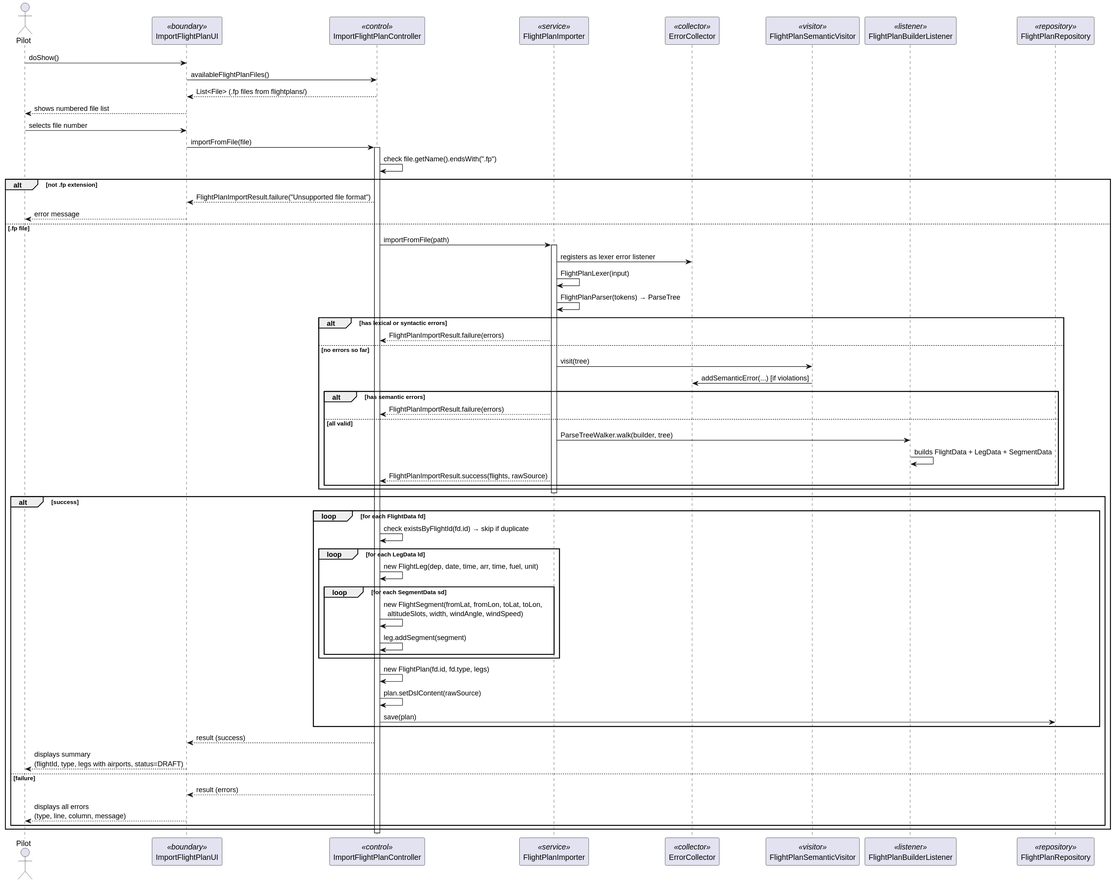
This is docs/Sprint 3/EAPLI/US081/svg/US081-sequence-diagram.svg from DuartePinto1240/sem4pi2526-sem4pi2526_2da2, a PlantUML export, as it was before one commit.
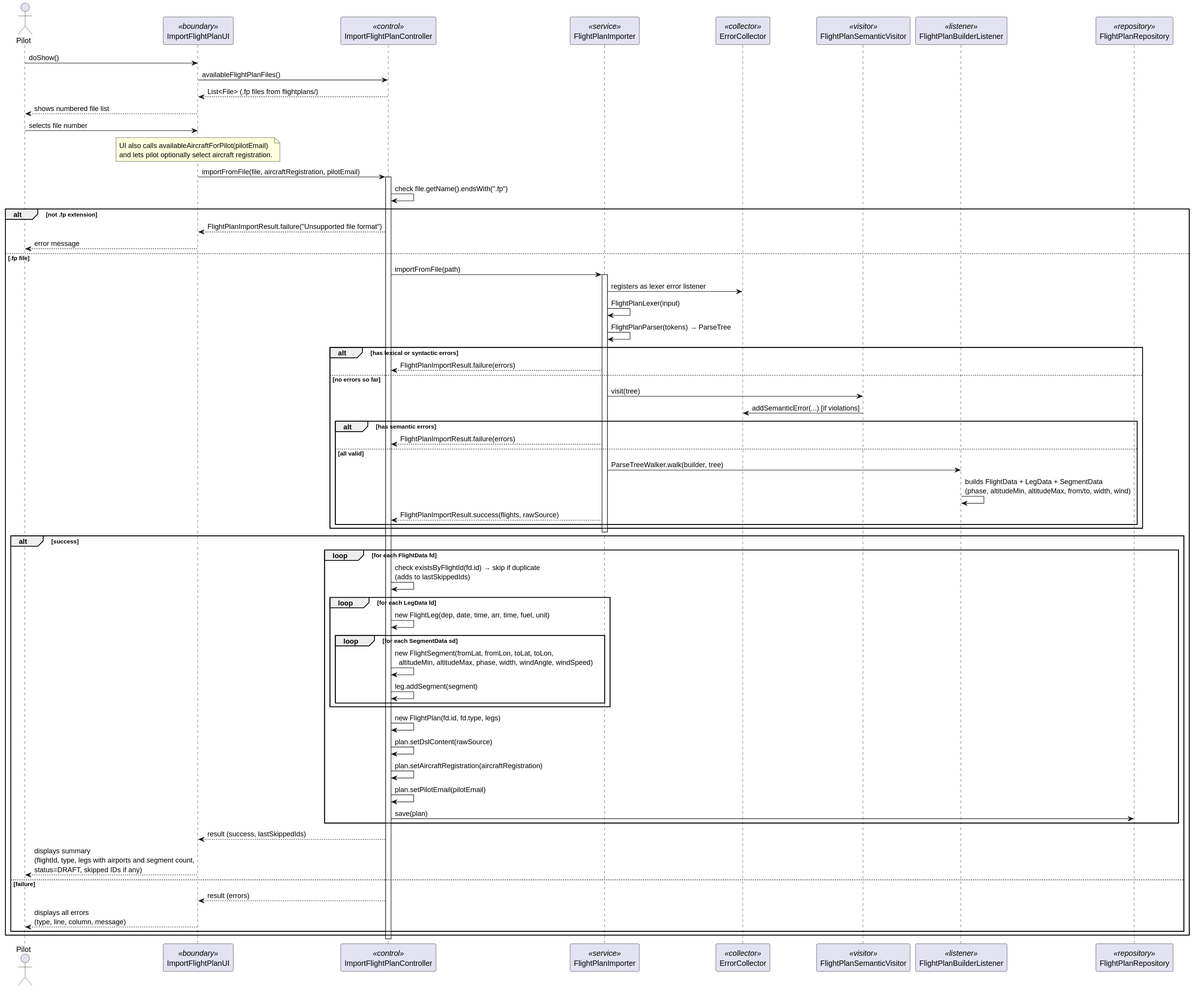
After the commit.

Diff of the diagram source:
```diff
@@ -14,7 +14,13 @@
 UI --> Pilot : shows numbered file list
 
 Pilot -> UI : selects file number
-UI -> CTRL : importFromFile(file)
+
+note over UI
+  UI also calls availableAircraftForPilot(pilotEmail)
+  and lets pilot optionally select aircraft registration.
+end note
+
+UI -> CTRL : importFromFile(file, aircraftRegistration, pilotEmail)
 activate CTRL
 
 CTRL -> CTRL : check file.getName().endsWith(".fp")
@@ -40,7 +46,7 @@
             IMP --> CTRL : FlightPlanImportResult.failure(errors)
         else all valid
             IMP -> BLD : ParseTreeWalker.walk(builder, tree)
-            BLD -> BLD : builds FlightData + LegData + SegmentData
+            BLD -> BLD : builds FlightData + LegData + SegmentData\n(phase, altitudeMin, altitudeMax, from/to, width, wind)
             IMP --> CTRL : FlightPlanImportResult.success(flights, rawSource)
         end
     end
@@ -49,20 +55,22 @@
 
     alt success
         loop for each FlightData fd
-            CTRL -> CTRL : check existsByFlightId(fd.id) → skip if duplicate
+            CTRL -> CTRL : check existsByFlightId(fd.id) → skip if duplicate\n(adds to lastSkippedIds)
             loop for each LegData ld
                 CTRL -> CTRL : new FlightLeg(dep, date, time, arr, time, fuel, unit)
                 loop for each SegmentData sd
-                    CTRL -> CTRL : new FlightSegment(fromLat, fromLon, toLat, toLon,\n  altitudeSlots, width, windAngle, windSpeed)
+                    CTRL -> CTRL : new FlightSegment(fromLat, fromLon, toLat, toLon,\n  altitudeMin, altitudeMax, phase, width, windAngle, windSpeed)
                     CTRL -> CTRL : leg.addSegment(segment)
                 end
             end
             CTRL -> CTRL : new FlightPlan(fd.id, fd.type, legs)
             CTRL -> CTRL : plan.setDslContent(rawSource)
+            CTRL -> CTRL : plan.setAircraftRegistration(aircraftRegistration)
+            CTRL -> CTRL : plan.setPilotEmail(pilotEmail)
             CTRL -> REPO : save(plan)
         end
-        CTRL --> UI : result (success)
-        UI --> Pilot : displays summary\n(flightId, type, legs with airports, status=DRAFT)
+        CTRL --> UI : result (success, lastSkippedIds)
+        UI --> Pilot : displays summary\n(flightId, type, legs with airports and segment count,\nstatus=DRAFT, skipped IDs if any)
     else failure
         CTRL --> UI : result (errors)
         UI --> Pilot : displays all errors\n(type, line, column, message)
```
